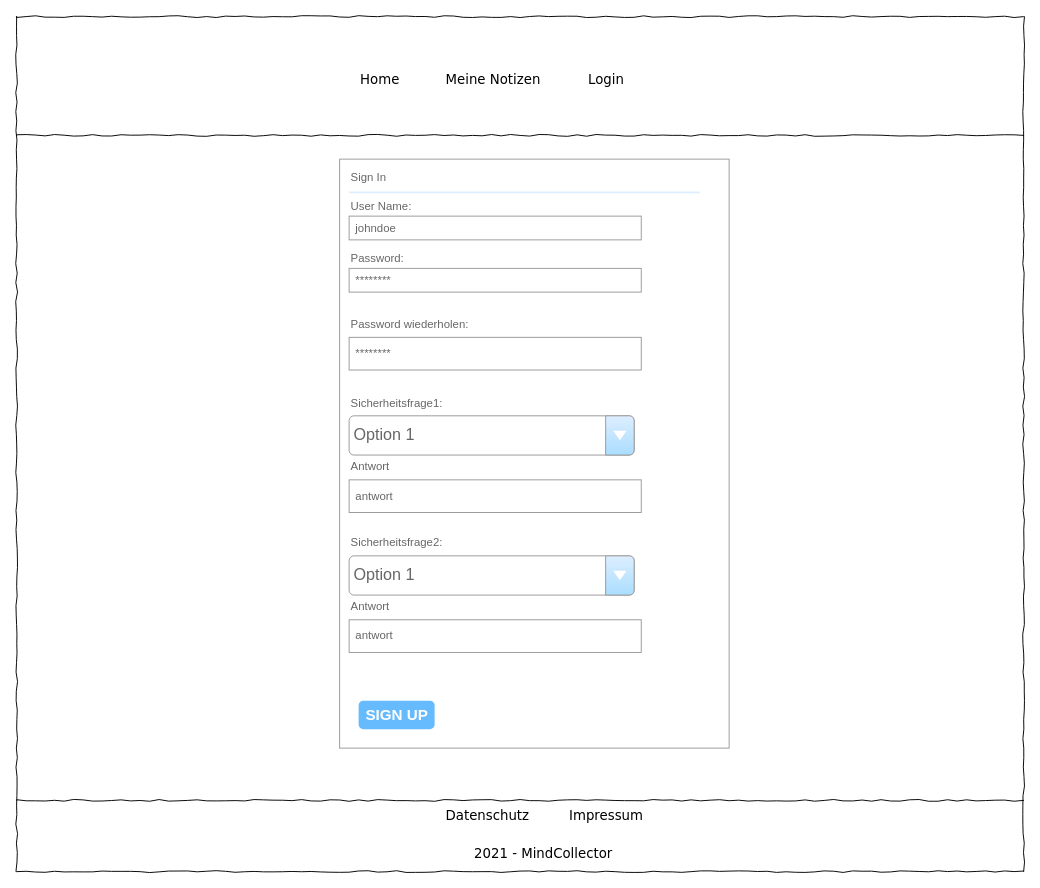
Before: page "SignUp" (5 of 12) of Mockup/mockups.drawio in MindCollector-Softwareprojekt2021/MindCollector, a draw.io diagram. Source tidied: cells renumbered, new cells numbered last; positions are measured from the earlier drawing's top-left corner, leaving out a move shared by most shapes. Both pictures are drawn from the tidied source at 95%, with x=0, y=0 at pixel (16, 16).
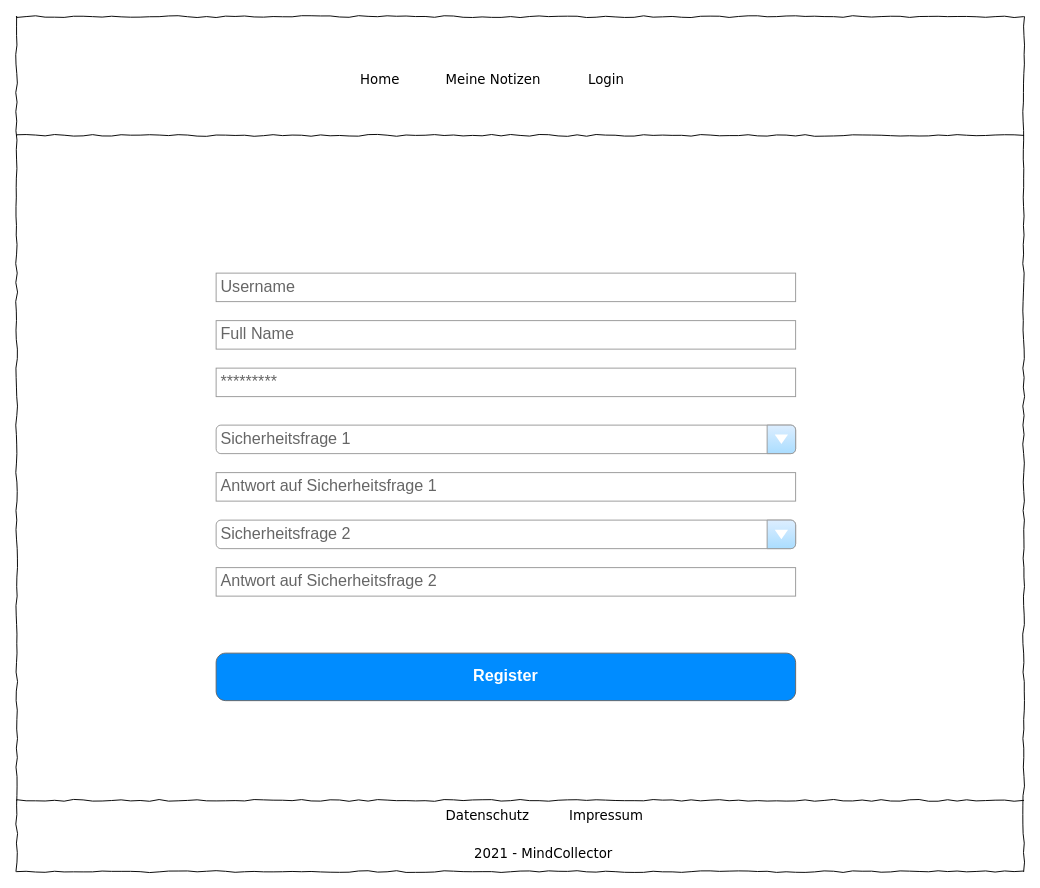
The same diagram, later.

Diff of the diagram source:
```diff
@@
-    <mxCell id="11" style="strokeWidth=1;shadow=0;dashed=0;align=center;html=1;shape=mxgraph.mockup.forms.rrect;rSize=0;strokeColor=#999999;fillColor=#ffffff;" parent="1" vertex="1">
-      <mxGeometry x="340" y="150" width="410" height="620" as="geometry" />
-    </mxCell>
-    <mxCell id="12" value="Sign In" style="strokeWidth=1;shadow=0;dashed=0;align=center;html=1;shape=mxgraph.mockup.forms.anchor;fontSize=12;fontColor=#666666;align=left;spacingLeft=0;" parent="11" vertex="1">
-      <mxGeometry width="205" height="20" relative="1" as="geometry">
-        <mxPoint x="10" y="10" as="offset" />
-      </mxGeometry>
-    </mxCell>
-    <mxCell id="13" style="shape=line;strokeColor=#ddeeff;strokeWidth=2;html=1;" parent="11" vertex="1">
-      <mxGeometry width="369" height="10" relative="1" as="geometry">
-        <mxPoint x="10" y="30" as="offset" />
-      </mxGeometry>
-    </mxCell>
-    <mxCell id="14" value="User Name:" style="strokeWidth=1;shadow=0;dashed=0;align=center;html=1;shape=mxgraph.mockup.forms.anchor;fontSize=12;fontColor=#666666;align=left;spacingLeft=0;" parent="11" vertex="1">
-      <mxGeometry width="205" height="20" relative="1" as="geometry">
-        <mxPoint x="10" y="40" as="offset" />
-      </mxGeometry>
-    </mxCell>
-    <mxCell id="15" value="johndoe" style="strokeWidth=1;shadow=0;dashed=0;align=center;html=1;shape=mxgraph.mockup.forms.rrect;rSize=0;strokeColor=#999999;fontColor=#666666;align=left;spacingLeft=5;" parent="11" vertex="1">
-      <mxGeometry width="307.5" height="25" relative="1" as="geometry">
-        <mxPoint x="10" y="60" as="offset" />
-      </mxGeometry>
-    </mxCell>
-    <mxCell id="16" value="Password:" style="strokeWidth=1;shadow=0;dashed=0;align=center;html=1;shape=mxgraph.mockup.forms.anchor;fontSize=12;fontColor=#666666;align=left;spacingLeft=0;" parent="11" vertex="1">
-      <mxGeometry width="205" height="20" relative="1" as="geometry">
-        <mxPoint x="10" y="95" as="offset" />
-      </mxGeometry>
-    </mxCell>
-    <mxCell id="17" value="********" style="strokeWidth=1;shadow=0;dashed=0;align=center;html=1;shape=mxgraph.mockup.forms.rrect;rSize=0;strokeColor=#999999;fontColor=#666666;align=left;spacingLeft=5;" parent="11" vertex="1">
-      <mxGeometry width="307.5" height="25" relative="1" as="geometry">
-        <mxPoint x="10" y="115" as="offset" />
-      </mxGeometry>
-    </mxCell>
-    <mxCell id="18" value="SIGN UP" style="strokeWidth=1;shadow=0;dashed=0;align=center;html=1;shape=mxgraph.mockup.forms.rrect;rSize=5;strokeColor=none;fontColor=#ffffff;fillColor=#66bbff;fontSize=16;fontStyle=1;" parent="11" vertex="1">
-      <mxGeometry y="1" width="80" height="30" relative="1" as="geometry">
-        <mxPoint x="20" y="-50" as="offset" />
-      </mxGeometry>
-    </mxCell>
-    <mxCell id="19" value="Password wiederholen:" style="strokeWidth=1;shadow=0;dashed=0;align=center;html=1;shape=mxgraph.mockup.forms.anchor;fontSize=12;fontColor=#666666;align=left;spacingLeft=0;" parent="11" vertex="1">
-      <mxGeometry x="10" y="160" width="205" height="27.6" as="geometry" />
-    </mxCell>
-    <mxCell id="20" value="********" style="strokeWidth=1;shadow=0;dashed=0;align=center;html=1;shape=mxgraph.mockup.forms.rrect;rSize=0;strokeColor=#999999;fontColor=#666666;align=left;spacingLeft=5;" parent="11" vertex="1">
-      <mxGeometry x="10" y="187.6" width="307.5" height="34.4" as="geometry" />
-    </mxCell>
-    <mxCell id="21" value="Sicherheitsfrage1:" style="strokeWidth=1;shadow=0;dashed=0;align=center;html=1;shape=mxgraph.mockup.forms.anchor;fontSize=12;fontColor=#666666;align=left;spacingLeft=0;" parent="11" vertex="1">
-      <mxGeometry x="10" y="242.7" width="205" height="27.6" as="geometry" />
-    </mxCell>
-    <mxCell id="22" value="Option 1" style="strokeWidth=1;shadow=0;dashed=0;align=center;html=1;shape=mxgraph.mockup.forms.comboBox;strokeColor=#999999;fillColor=#ddeeff;align=left;fillColor2=#aaddff;mainText=;fontColor=#666666;fontSize=17;spacingLeft=3;" parent="11" vertex="1">
-      <mxGeometry x="10" y="270.2" width="300" height="41.3" as="geometry" />
-    </mxCell>
-    <mxCell id="23" value="Antwort" style="strokeWidth=1;shadow=0;dashed=0;align=center;html=1;shape=mxgraph.mockup.forms.anchor;fontSize=12;fontColor=#666666;align=left;spacingLeft=0;" parent="11" vertex="1">
-      <mxGeometry x="10" y="310" width="205" height="27.6" as="geometry" />
-    </mxCell>
-    <mxCell id="24" value="antwort" style="strokeWidth=1;shadow=0;dashed=0;align=center;html=1;shape=mxgraph.mockup.forms.rrect;rSize=0;strokeColor=#999999;fontColor=#666666;align=left;spacingLeft=5;" parent="11" vertex="1">
-      <mxGeometry x="10" y="337.6" width="307.5" height="34.4" as="geometry" />
-    </mxCell>
-    <mxCell id="25" value="Sicherheitsfrage2:" style="strokeWidth=1;shadow=0;dashed=0;align=center;html=1;shape=mxgraph.mockup.forms.anchor;fontSize=12;fontColor=#666666;align=left;spacingLeft=0;" parent="11" vertex="1">
-      <mxGeometry x="10" y="390" width="205" height="27.6" as="geometry" />
-    </mxCell>
-    <mxCell id="26" value="Option 1" style="strokeWidth=1;shadow=0;dashed=0;align=center;html=1;shape=mxgraph.mockup.forms.comboBox;strokeColor=#999999;fillColor=#ddeeff;align=left;fillColor2=#aaddff;mainText=;fontColor=#666666;fontSize=17;spacingLeft=3;" parent="11" vertex="1">
-      <mxGeometry x="10" y="417.6" width="300" height="41.3" as="geometry" />
-    </mxCell>
-    <mxCell id="27" value="Antwort" style="strokeWidth=1;shadow=0;dashed=0;align=center;html=1;shape=mxgraph.mockup.forms.anchor;fontSize=12;fontColor=#666666;align=left;spacingLeft=0;" parent="11" vertex="1">
-      <mxGeometry x="10" y="457.3" width="205" height="27.6" as="geometry" />
-    </mxCell>
-    <mxCell id="28" value="antwort" style="strokeWidth=1;shadow=0;dashed=0;align=center;html=1;shape=mxgraph.mockup.forms.rrect;rSize=0;strokeColor=#999999;fontColor=#666666;align=left;spacingLeft=5;" parent="11" vertex="1">
-      <mxGeometry x="10" y="484.9" width="307.5" height="34.4" as="geometry" />
-    </mxCell>
+    <mxCell id="29" value="Full Name" style="strokeWidth=1;shadow=0;dashed=0;align=center;html=1;shape=mxgraph.mockup.forms.pwField;strokeColor=#999999;mainText=;align=left;fontColor=#666666;fontSize=17;spacingLeft=3;" parent="1" vertex="1">
+      <mxGeometry x="210" y="320" width="610" height="30" as="geometry" />
+    </mxCell>
+    <mxCell id="30" value="Username" style="strokeWidth=1;shadow=0;dashed=0;align=center;html=1;shape=mxgraph.mockup.forms.pwField;strokeColor=#999999;mainText=;align=left;fontColor=#666666;fontSize=17;spacingLeft=3;" parent="1" vertex="1">
+      <mxGeometry x="210" y="270" width="610" height="30" as="geometry" />
+    </mxCell>
+    <mxCell id="31" value="Register" style="strokeWidth=1;shadow=0;dashed=0;align=center;html=1;shape=mxgraph.mockup.buttons.button;strokeColor=#666666;fontColor=#ffffff;mainText=;buttonStyle=round;fontSize=17;fontStyle=1;fillColor=#008cff;whiteSpace=wrap;" parent="1" vertex="1">
+      <mxGeometry x="210" y="670" width="610" height="50" as="geometry" />
+    </mxCell>
+    <mxCell id="32" value="*********" style="strokeWidth=1;shadow=0;dashed=0;align=center;html=1;shape=mxgraph.mockup.forms.pwField;strokeColor=#999999;mainText=;align=left;fontColor=#666666;fontSize=17;spacingLeft=3;" parent="1" vertex="1">
+      <mxGeometry x="210" y="370" width="610" height="30" as="geometry" />
+    </mxCell>
+    <mxCell id="33" value="Sicherheitsfrage 1" style="strokeWidth=1;shadow=0;dashed=0;align=center;html=1;shape=mxgraph.mockup.forms.comboBox;strokeColor=#999999;fillColor=#ddeeff;align=left;fillColor2=#aaddff;mainText=;fontColor=#666666;fontSize=17;spacingLeft=3;" parent="1" vertex="1">
+      <mxGeometry x="210" y="430" width="610" height="30" as="geometry" />
+    </mxCell>
+    <mxCell id="34" value="Sicherheitsfrage 2" style="strokeWidth=1;shadow=0;dashed=0;align=center;html=1;shape=mxgraph.mockup.forms.comboBox;strokeColor=#999999;fillColor=#ddeeff;align=left;fillColor2=#aaddff;mainText=;fontColor=#666666;fontSize=17;spacingLeft=3;" parent="1" vertex="1">
+      <mxGeometry x="210" y="530" width="610" height="30" as="geometry" />
+    </mxCell>
+    <mxCell id="35" value="Antwort auf Sicherheitsfrage 1" style="strokeWidth=1;shadow=0;dashed=0;align=center;html=1;shape=mxgraph.mockup.forms.pwField;strokeColor=#999999;mainText=;align=left;fontColor=#666666;fontSize=17;spacingLeft=3;" parent="1" vertex="1">
+      <mxGeometry x="210" y="480" width="610" height="30" as="geometry" />
+    </mxCell>
+    <mxCell id="36" value="Antwort auf Sicherheitsfrage 2" style="strokeWidth=1;shadow=0;dashed=0;align=center;html=1;shape=mxgraph.mockup.forms.pwField;strokeColor=#999999;mainText=;align=left;fontColor=#666666;fontSize=17;spacingLeft=3;" parent="1" vertex="1">
+      <mxGeometry x="210" y="580" width="610" height="30" as="geometry" />
+    </mxCell>
```
